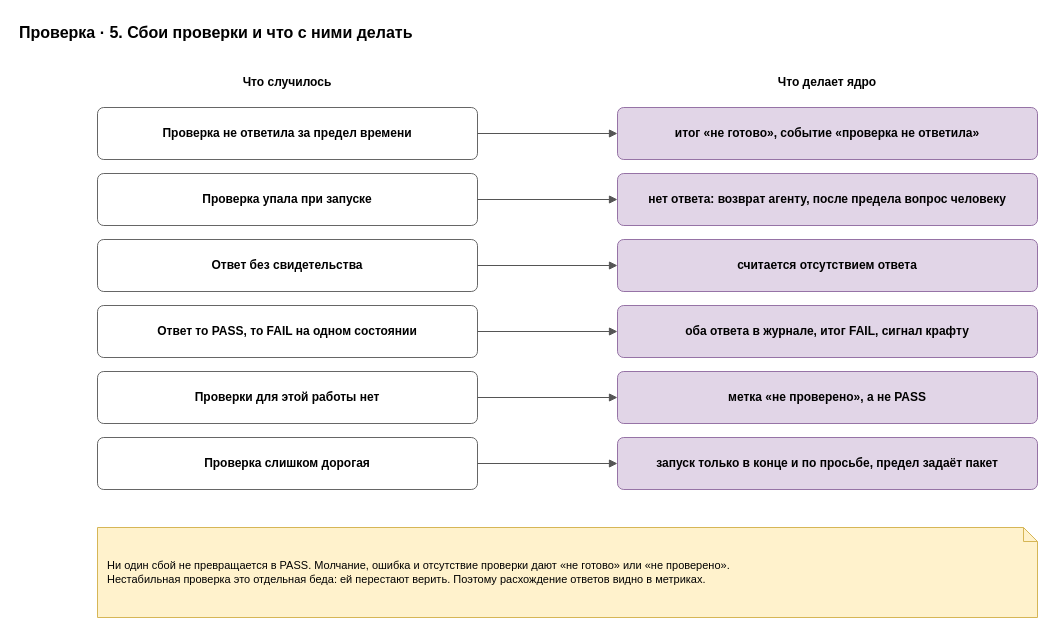
roygkov/reins keeps this draw.io diagram as page "5. Сбои" (5 of 5) of docs/spec/harness-check.drawio. Above is the earlier version. Source tidied: cells renumbered, new cells numbered last; positions are measured from the earlier drawing's top-left corner, leaving out a move shared by most shapes. Both pictures are drawn from the tidied source at 100%, with x=0, y=0 at pixel (17, 17).
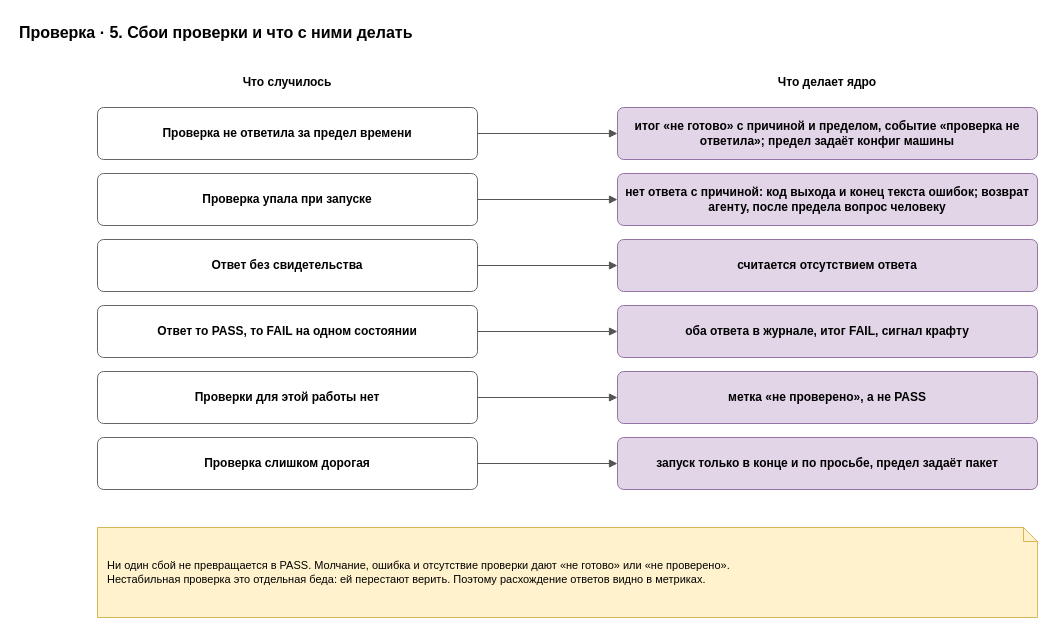
The same diagram, later.

The edit, as a diff of the source:
```diff
@@
-    <mxCell id="6" value="&lt;b&gt;итог «не готово», событие «проверка не ответила»&lt;/b&gt;" style="rounded=1;whiteSpace=wrap;html=1;fillColor=#e1d5e7;strokeColor=#9673a6;arcSize=12;" parent="1" vertex="1">
+    <mxCell id="6" value="&lt;b&gt;итог «не готово» с причиной и пределом, событие «проверка не ответила»; предел задаёт конфиг машины&lt;/b&gt;" style="rounded=1;whiteSpace=wrap;html=1;fillColor=#e1d5e7;strokeColor=#9673a6;arcSize=12;" parent="1" vertex="1">
       <mxGeometry x="600" y="90" width="420" height="52" as="geometry" />
     </mxCell>
@@
-    <mxCell id="9" value="&lt;b&gt;нет ответа: возврат агенту, после предела вопрос человеку&lt;/b&gt;" style="rounded=1;whiteSpace=wrap;html=1;fillColor=#e1d5e7;strokeColor=#9673a6;arcSize=12;" parent="1" vertex="1">
+    <mxCell id="9" value="&lt;b&gt;нет ответа с причиной: код выхода и конец текста ошибок; возврат агенту, после предела вопрос человеку&lt;/b&gt;" style="rounded=1;whiteSpace=wrap;html=1;fillColor=#e1d5e7;strokeColor=#9673a6;arcSize=12;" parent="1" vertex="1">
       <mxGeometry x="600" y="156" width="420" height="52" as="geometry" />
     </mxCell>
```
